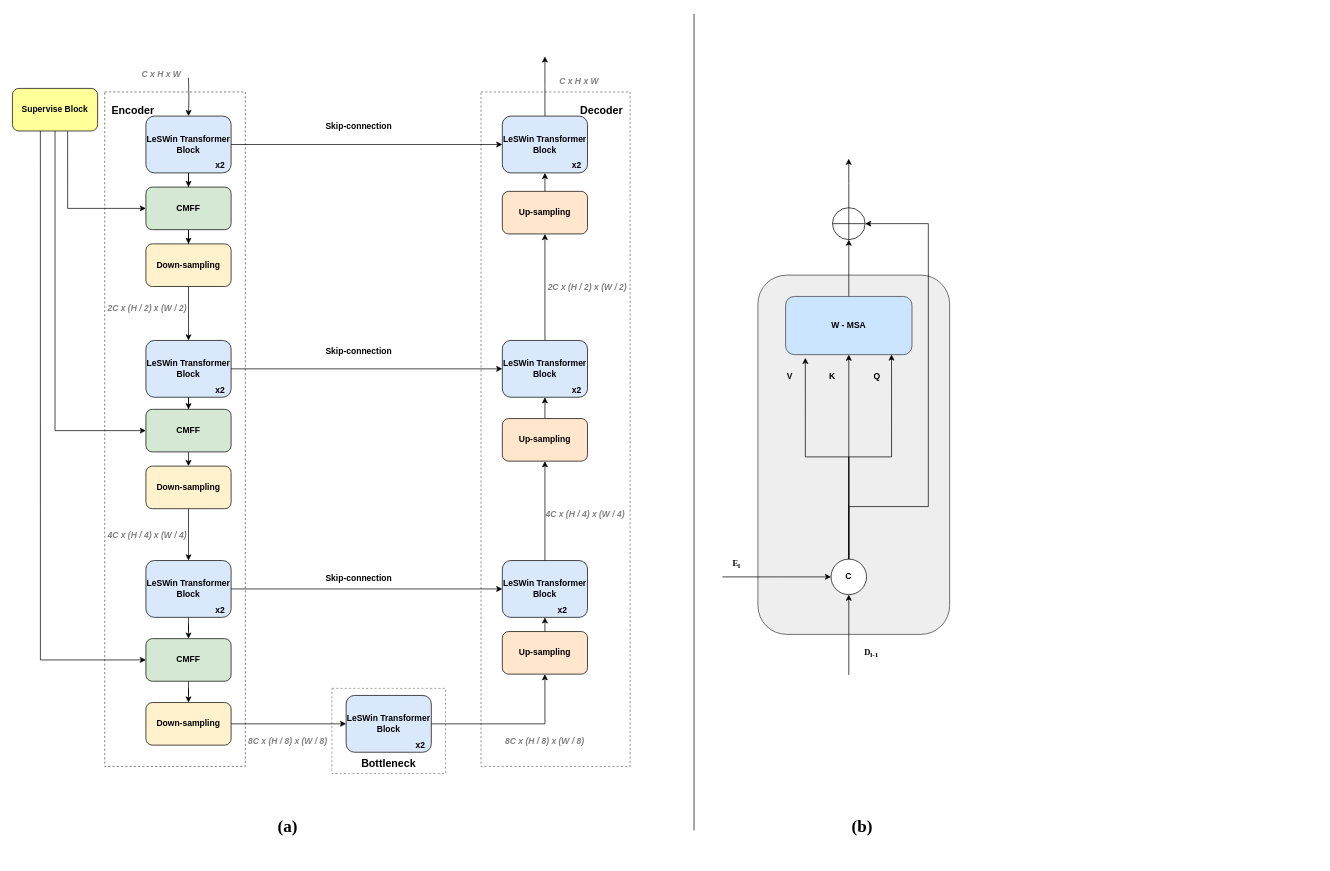
Before: MTRNet.drawio in user815886724/Drawio, a draw.io diagram. Source tidied: cells renumbered, new cells numbered last; positions are measured from the earlier drawing's top-left corner, leaving out a move shared by most shapes. Both pictures are drawn from the tidied source at 71%, with x=0, y=0 at pixel (12, 13).
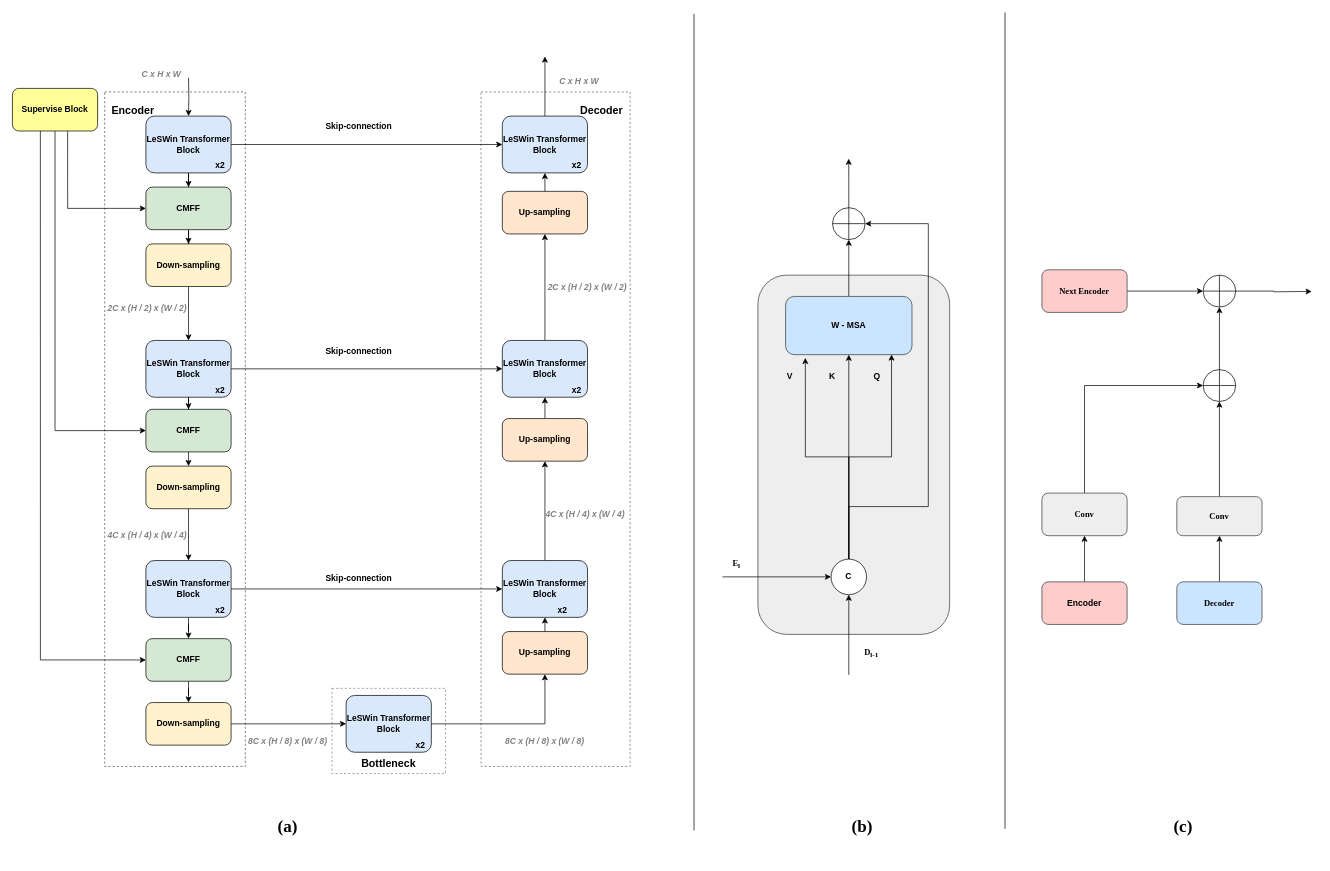
After the change.

Change to the diagram source:
```diff
@@
+    <mxCell id="88" style="endArrow=none;html=1;rounded=0;fontStyle=1;" parent="1" edge="1">
+      <mxGeometry relative="1" as="geometry">
+        <mxPoint x="1398" y="1148" as="sourcePoint" />
+        <mxPoint x="1398" y="-2" as="targetPoint" />
+      </mxGeometry>
+    </mxCell>
+    <mxCell id="89" style="edgeStyle=orthogonalEdgeStyle;rounded=0;jettySize=auto;html=1;fontFamily=Times New Roman;startArrow=none;startFill=0;endArrow=classic;endFill=1;" parent="1" edge="1" source="90" target="94">
+      <mxGeometry relative="1" as="geometry" />
+    </mxCell>
+    <mxCell id="90" value="&lt;span style=&quot;font-family: &amp;#34;helvetica&amp;#34; ; font-weight: 700&quot;&gt;Encoder&lt;/span&gt;" style="rounded=1;whiteSpace=wrap;html=1;fontFamily=Times New Roman;strokeColor=#36393d;fillColor=#ffcccc;" parent="1" vertex="1">
+      <mxGeometry x="1450" y="800" width="120" height="60" as="geometry" />
+    </mxCell>
+    <mxCell id="91" style="edgeStyle=orthogonalEdgeStyle;rounded=0;jettySize=auto;html=1;fontFamily=Times New Roman;startArrow=none;startFill=0;endArrow=classic;endFill=1;" parent="1" edge="1" source="92" target="96">
+      <mxGeometry relative="1" as="geometry" />
+    </mxCell>
+    <mxCell id="92" value="&lt;b&gt;Decoder&lt;/b&gt;" style="rounded=1;whiteSpace=wrap;html=1;fontFamily=Times New Roman;strokeColor=#36393d;fillColor=#cce5ff;" parent="1" vertex="1">
+      <mxGeometry x="1640" y="800" width="120" height="60" as="geometry" />
+    </mxCell>
+    <mxCell id="93" style="edgeStyle=orthogonalEdgeStyle;rounded=0;jettySize=auto;html=1;exitX=0.5;exitY=0;exitDx=0;exitDy=0;entryX=0;entryY=0.5;entryDx=0;entryDy=0;fontFamily=Times New Roman;startArrow=none;startFill=0;endArrow=classic;endFill=1;" parent="1" edge="1" source="94" target="98">
+      <mxGeometry relative="1" as="geometry" />
+    </mxCell>
+    <mxCell id="94" value="&lt;b&gt;Conv&lt;/b&gt;" style="rounded=1;whiteSpace=wrap;html=1;fontFamily=Times New Roman;fillColor=#eeeeee;strokeColor=#36393d;" parent="1" vertex="1">
+      <mxGeometry x="1450" y="675" width="120" height="60" as="geometry" />
+    </mxCell>
+    <mxCell id="95" style="edgeStyle=orthogonalEdgeStyle;rounded=0;jettySize=auto;html=1;exitX=0.5;exitY=0;exitDx=0;exitDy=0;entryX=0.5;entryY=1;entryDx=0;entryDy=0;fontFamily=Times New Roman;startArrow=none;startFill=0;endArrow=classic;endFill=1;" parent="1" edge="1" source="96" target="98">
+      <mxGeometry relative="1" as="geometry" />
+    </mxCell>
+    <mxCell id="96" value="&lt;b&gt;Conv&lt;/b&gt;" style="rounded=1;whiteSpace=wrap;html=1;fontFamily=Times New Roman;strokeColor=#36393d;fillColor=#eeeeee;" parent="1" vertex="1">
+      <mxGeometry x="1640" y="680" width="120" height="55" as="geometry" />
+    </mxCell>
+    <mxCell id="97" style="edgeStyle=orthogonalEdgeStyle;rounded=0;jettySize=auto;html=1;exitX=0.5;exitY=0;exitDx=0;exitDy=0;entryX=0.5;entryY=1;entryDx=0;entryDy=0;fontFamily=Times New Roman;startArrow=none;startFill=0;endArrow=classic;endFill=1;" parent="1" edge="1" source="98" target="100">
+      <mxGeometry relative="1" as="geometry" />
+    </mxCell>
+    <mxCell id="98" style="shape=orEllipse;perimeter=ellipsePerimeter;whiteSpace=wrap;html=1;backgroundOutline=1;fontColor=#FF170F;strokeColor=#000000;align=center;verticalAlign=top;fillColor=default;fontStyle=1;" parent="1" vertex="1">
+      <mxGeometry x="1677" y="501" width="46" height="45" as="geometry" />
+    </mxCell>
+    <mxCell id="99" style="edgeStyle=orthogonalEdgeStyle;rounded=0;jettySize=auto;html=1;exitX=1;exitY=0.5;exitDx=0;exitDy=0;fontFamily=Times New Roman;startArrow=none;startFill=0;endArrow=classic;endFill=1;" parent="1" edge="1" source="100">
+      <mxGeometry relative="1" as="geometry">
+        <mxPoint x="1830" y="391" as="targetPoint" />
+      </mxGeometry>
+    </mxCell>
+    <mxCell id="100" style="shape=orEllipse;perimeter=ellipsePerimeter;whiteSpace=wrap;html=1;backgroundOutline=1;fontColor=#FF170F;strokeColor=#000000;align=center;verticalAlign=top;fillColor=default;fontStyle=1;" parent="1" vertex="1">
+      <mxGeometry x="1677" y="368" width="46" height="45" as="geometry" />
+    </mxCell>
+    <mxCell id="101" style="edgeStyle=orthogonalEdgeStyle;rounded=0;jettySize=auto;html=1;exitX=1;exitY=0.5;exitDx=0;exitDy=0;entryX=0;entryY=0.5;entryDx=0;entryDy=0;fontFamily=Times New Roman;startArrow=none;startFill=0;endArrow=classic;endFill=1;" parent="1" edge="1" source="102" target="100">
+      <mxGeometry relative="1" as="geometry" />
+    </mxCell>
+    <mxCell id="102" value="&lt;b&gt;Next Encoder&lt;/b&gt;" style="rounded=1;whiteSpace=wrap;html=1;fontFamily=Times New Roman;strokeColor=#36393d;fillColor=#ffcccc;" parent="1" vertex="1">
+      <mxGeometry x="1450" y="360.5" width="120" height="60" as="geometry" />
+    </mxCell>
+    <mxCell id="103" value="&lt;h1&gt;(c)&lt;/h1&gt;" style="text;html=1;strokeColor=none;fillColor=none;align=center;verticalAlign=middle;whiteSpace=wrap;rounded=0;fontFamily=Times New Roman;fontStyle=1;" parent="1" vertex="1">
+      <mxGeometry x="1467" y="1100" width="364" height="90" as="geometry" />
+    </mxCell>
```
